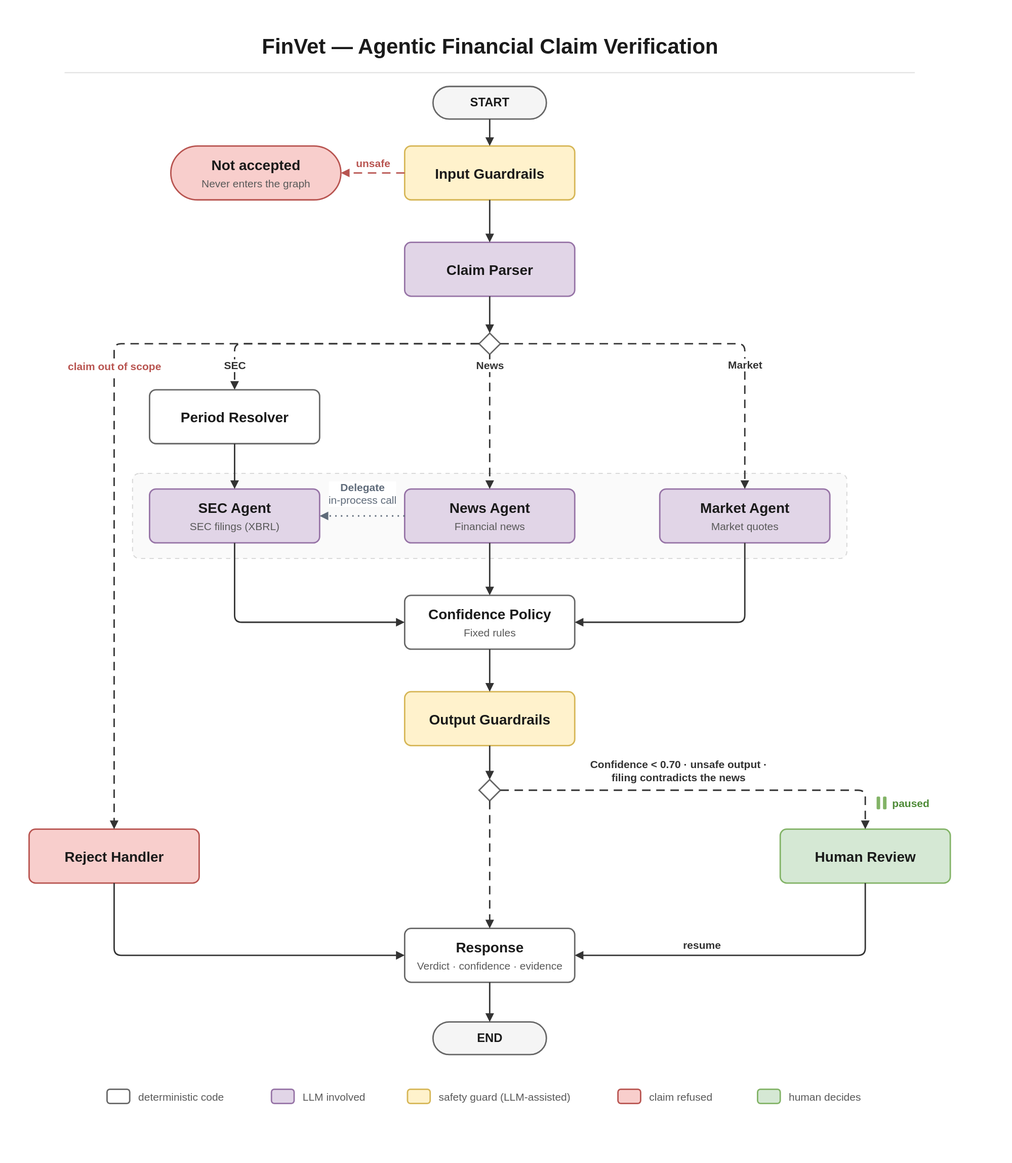
danielberhane/finvet keeps this draw.io diagram as docs/diagrams/finvet-linkedin.svg. Above is the earlier version. Source tidied: cells renumbered, new cells last; positions are measured from the earlier drawing's top-left corner, leaving out a move shared by most shapes.
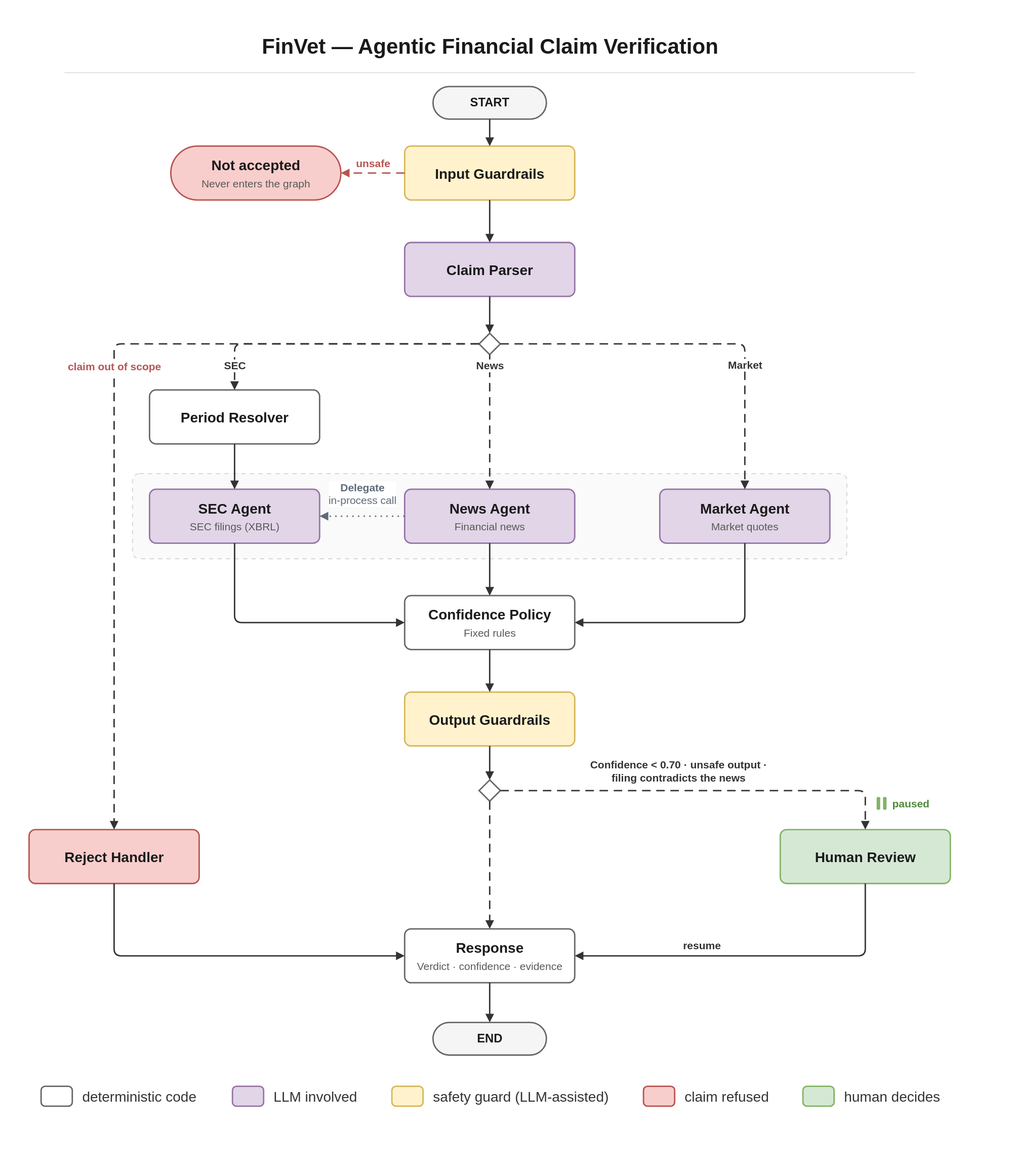
The same diagram one commit later.

Commit message:
docs(diagram): legend readable at README width

Legend labels match the node titles (20 px, darker grey) and the swatches
are larger; the row is re-centred. No other element or word changes.

What changed in the source:
```diff
@@ -152,34 +152,34 @@
       <mxGeometry relative="1" as="geometry" />
     </mxCell>
     <mxCell id="44" style="rounded=1;arcSize=20;html=1;fillColor=#FFFFFF;strokeColor=#666666;strokeWidth=2;" parent="1" vertex="1">
-      <mxGeometry x="110" y="1497" width="32" height="20" as="geometry" />
+      <mxGeometry x="17" y="1492" width="44" height="28" as="geometry" />
     </mxCell>
-    <mxCell id="45" value="deterministic code" style="text;html=1;align=left;verticalAlign=middle;fontFamily=Helvetica;fontSize=15;fontColor=#595959;" parent="1" vertex="1">
-      <mxGeometry x="152" y="1494" width="150" height="26" as="geometry" />
+    <mxCell id="45" value="deterministic code" style="text;html=1;align=left;verticalAlign=middle;fontFamily=Helvetica;fontSize=20;fontColor=#333333;" parent="1" vertex="1">
+      <mxGeometry x="73" y="1490" width="170" height="32" as="geometry" />
     </mxCell>
     <mxCell id="46" style="rounded=1;arcSize=20;html=1;fillColor=#E1D5E7;strokeColor=#9673A6;strokeWidth=2;" parent="1" vertex="1">
-      <mxGeometry x="342" y="1497" width="32" height="20" as="geometry" />
+      <mxGeometry x="287" y="1492" width="44" height="28" as="geometry" />
     </mxCell>
-    <mxCell id="47" value="LLM involved" style="text;html=1;align=left;verticalAlign=middle;fontFamily=Helvetica;fontSize=15;fontColor=#595959;" parent="1" vertex="1">
-      <mxGeometry x="384" y="1494" width="110" height="26" as="geometry" />
+    <mxCell id="47" value="LLM involved" style="text;html=1;align=left;verticalAlign=middle;fontFamily=Helvetica;fontSize=20;fontColor=#333333;" parent="1" vertex="1">
+      <mxGeometry x="343" y="1490" width="125" height="32" as="geometry" />
     </mxCell>
     <mxCell id="48" style="rounded=1;arcSize=20;html=1;fillColor=#FFF2CC;strokeColor=#D6B656;strokeWidth=2;" parent="1" vertex="1">
-      <mxGeometry x="534" y="1497" width="32" height="20" as="geometry" />
+      <mxGeometry x="512" y="1492" width="44" height="28" as="geometry" />
     </mxCell>
-    <mxCell id="49" value="safety guard (LLM-assisted)" style="text;html=1;align=left;verticalAlign=middle;fontFamily=Helvetica;fontSize=15;fontColor=#595959;" parent="1" vertex="1">
-      <mxGeometry x="576" y="1494" width="215" height="26" as="geometry" />
+    <mxCell id="49" value="safety guard (LLM-assisted)" style="text;html=1;align=left;verticalAlign=middle;fontFamily=Helvetica;fontSize=20;fontColor=#333333;" parent="1" vertex="1">
+      <mxGeometry x="568" y="1490" width="255" height="32" as="geometry" />
     </mxCell>
     <mxCell id="50" style="rounded=1;arcSize=20;html=1;fillColor=#F8CECC;strokeColor=#B85450;strokeWidth=2;" parent="1" vertex="1">
-      <mxGeometry x="831" y="1497" width="32" height="20" as="geometry" />
+      <mxGeometry x="867" y="1492" width="44" height="28" as="geometry" />
     </mxCell>
-    <mxCell id="51" value="claim refused" style="text;html=1;align=left;verticalAlign=middle;fontFamily=Helvetica;fontSize=15;fontColor=#595959;" parent="1" vertex="1">
-      <mxGeometry x="873" y="1494" width="115" height="26" as="geometry" />
+    <mxCell id="51" value="claim refused" style="text;html=1;align=left;verticalAlign=middle;fontFamily=Helvetica;fontSize=20;fontColor=#333333;" parent="1" vertex="1">
+      <mxGeometry x="923" y="1490" width="125" height="32" as="geometry" />
     </mxCell>
     <mxCell id="52" style="rounded=1;arcSize=20;html=1;fillColor=#D5E8D4;strokeColor=#82B366;strokeWidth=2;" parent="1" vertex="1">
-      <mxGeometry x="1028" y="1497" width="32" height="20" as="geometry" />
+      <mxGeometry x="1092" y="1492" width="44" height="28" as="geometry" />
     </mxCell>
-    <mxCell id="53" value="human decides" style="text;html=1;align=left;verticalAlign=middle;fontFamily=Helvetica;fontSize=15;fontColor=#595959;" parent="1" vertex="1">
-      <mxGeometry x="1070" y="1494" width="120" height="26" as="geometry" />
+    <mxCell id="53" value="human decides" style="text;html=1;align=left;verticalAlign=middle;fontFamily=Helvetica;fontSize=20;fontColor=#333333;" parent="1" vertex="1">
+      <mxGeometry x="1148" y="1490" width="135" height="32" as="geometry" />
     </mxCell>
   </root>
 </mxGraphModel>
```
